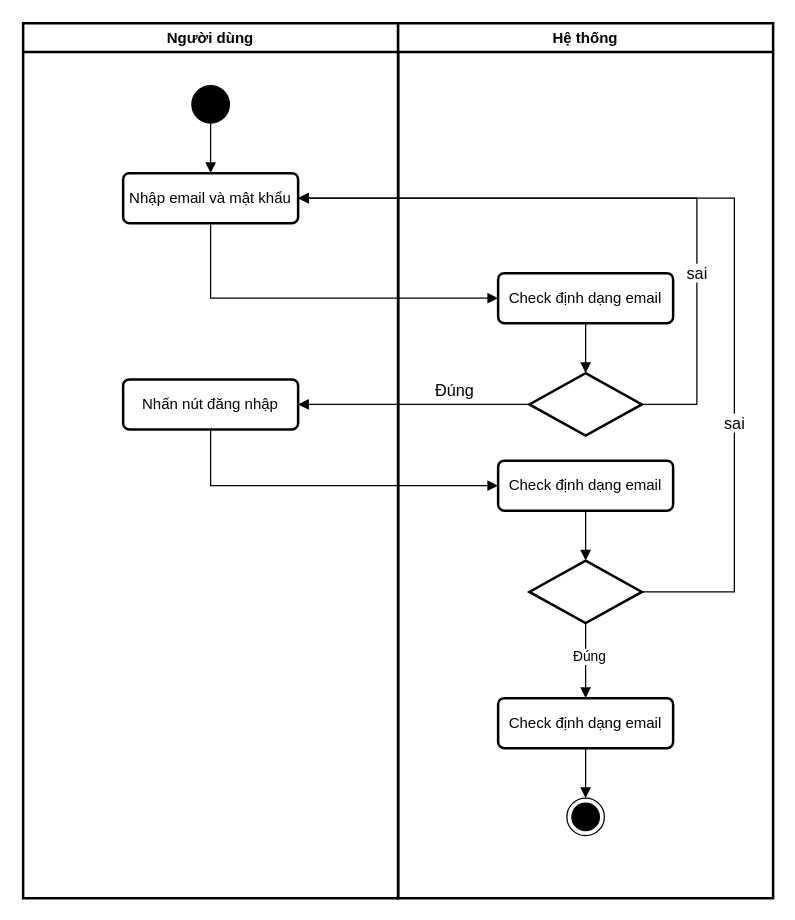
Before: page "activity đăng nhập" (5 of 6) of usecase.drawio in dctuyen/myFinalYearProject, a draw.io diagram. Source tidied: cells renumbered, new cells numbered last; positions are measured from the earlier drawing's top-left corner, leaving out a move shared by most shapes. Both pictures are drawn from the tidied source at 125%, with x=0, y=0 at pixel (22, 22).
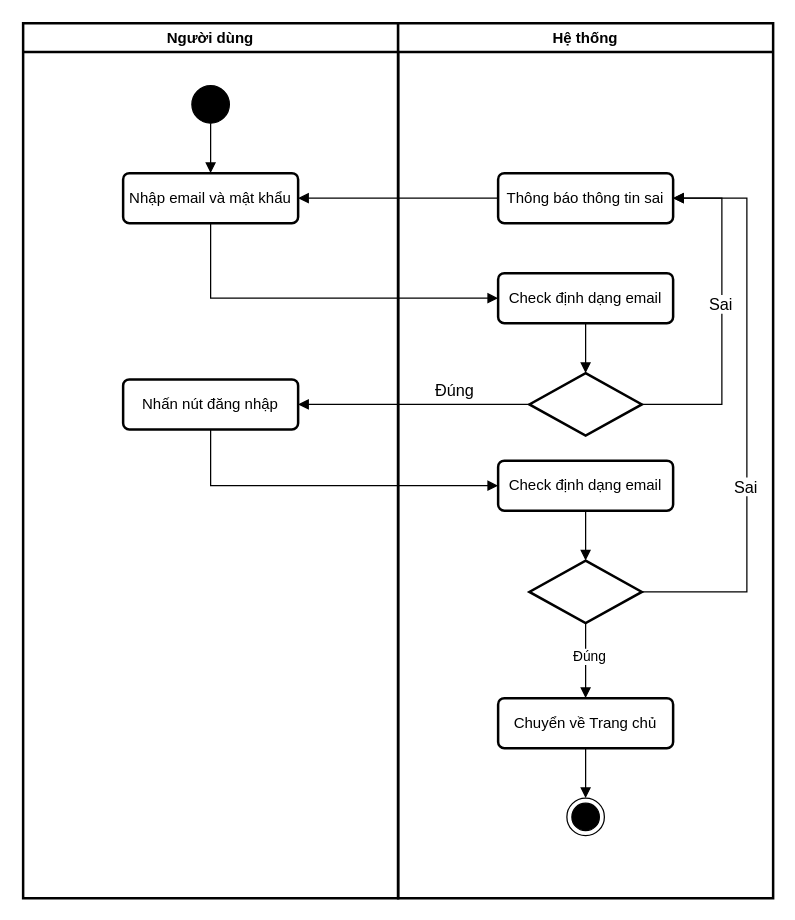
The same diagram, later.

Unchanged cells that the change refers to:
```xml
<mxCell id="4" value="Nhập email và mật khẩu" style="html=1;align=center;verticalAlign=middle;rounded=1;absoluteArcSize=1;arcSize=10;dashed=0;whiteSpace=wrap;strokeWidth=2;labelBackgroundColor=none;" parent="2" vertex="1">
  <mxGeometry x="80" y="120" width="140" height="40" as="geometry" />
</mxCell>
<mxCell id="7" value="Hệ thống" style="swimlane;whiteSpace=wrap;html=1;strokeWidth=2;" parent="1" vertex="1">
  <mxGeometry x="300" width="300" height="700" as="geometry" />
</mxCell>
<mxCell id="9" style="rhombus;strokeWidth=2;" parent="7" vertex="1">
  <mxGeometry x="105" y="280" width="90" height="50" as="geometry" />
</mxCell>
<mxCell id="12" style="rhombus;strokeWidth=2;" parent="7" vertex="1">
  <mxGeometry x="105" y="430" width="90" height="50" as="geometry" />
</mxCell>
<mxCell id="13" style="ellipse;html=1;shape=endState;fillColor=strokeColor;" parent="7" vertex="1">
  <mxGeometry x="135" y="620" width="30" height="30" as="geometry" />
</mxCell>
```

Diff of the diagram source:
```diff
@@
-    <mxCell id="15" value="Check định dạng email" style="html=1;align=center;verticalAlign=middle;rounded=1;absoluteArcSize=1;arcSize=10;dashed=0;whiteSpace=wrap;strokeWidth=2;labelBackgroundColor=none;" parent="7" vertex="1">
-      <mxGeometry x="80" y="540" width="140" height="40" as="geometry" />
-    </mxCell>
-    <mxCell id="16" style="html=1;verticalAlign=bottom;labelBackgroundColor=none;endArrow=block;endFill=1;rounded=0;exitX=0.5;exitY=1;exitDx=0;exitDy=0;entryX=0.5;entryY=0;entryDx=0;entryDy=0;" parent="7" edge="1" source="12" target="15">
-      <mxGeometry x="-0.35" relative="1" as="geometry" />
-    </mxCell>
+    <mxCell id="26" value="Chuyển về Trang chủ" style="html=1;align=center;verticalAlign=middle;rounded=1;absoluteArcSize=1;arcSize=10;dashed=0;whiteSpace=wrap;strokeWidth=2;labelBackgroundColor=none;" parent="7" vertex="1">
+      <mxGeometry x="80" y="540" width="140" height="40" as="geometry" />
+    </mxCell>
+    <mxCell id="27" style="html=1;verticalAlign=bottom;labelBackgroundColor=none;endArrow=block;endFill=1;rounded=0;exitX=0.5;exitY=1;exitDx=0;exitDy=0;entryX=0.5;entryY=0;entryDx=0;entryDy=0;" parent="7" edge="1" source="12" target="26">
+      <mxGeometry x="-0.35" relative="1" as="geometry" />
+    </mxCell>
-    <mxCell id="17" value="Đúng" style="edgeLabel;html=1;align=center;verticalAlign=middle;" parent="16" vertex="1">
+    <mxCell id="17" value="Đúng" style="edgeLabel;html=1;align=center;verticalAlign=middle;" parent="27" vertex="1">
       <mxGeometry x="-0.37" y="2" relative="1" as="geometry">
         <mxPoint y="7" as="offset" />
       </mxGeometry>
     </mxCell>
-    <mxCell id="18" style="html=1;verticalAlign=bottom;labelBackgroundColor=none;endArrow=block;endFill=1;rounded=0;exitX=0.5;exitY=1;exitDx=0;exitDy=0;entryX=0.5;entryY=0;entryDx=0;entryDy=0;" parent="7" edge="1" source="15" target="13">
-      <mxGeometry x="-0.35" relative="1" as="geometry" />
-    </mxCell>
+    <mxCell id="28" style="html=1;verticalAlign=bottom;labelBackgroundColor=none;endArrow=block;endFill=1;rounded=0;exitX=0.5;exitY=1;exitDx=0;exitDy=0;entryX=0.5;entryY=0;entryDx=0;entryDy=0;" parent="7" edge="1" source="26" target="13">
+      <mxGeometry x="-0.35" relative="1" as="geometry" />
+    </mxCell>
+    <mxCell id="29" value="Thông báo thông tin sai" style="html=1;align=center;verticalAlign=middle;rounded=1;absoluteArcSize=1;arcSize=10;dashed=0;whiteSpace=wrap;strokeWidth=2;labelBackgroundColor=none;" parent="7" vertex="1">
+      <mxGeometry x="80" y="120" width="140" height="40" as="geometry" />
+    </mxCell>
+    <mxCell id="30" style="html=1;verticalAlign=bottom;labelBackgroundColor=none;endArrow=block;endFill=1;rounded=0;exitX=1;exitY=0.5;exitDx=0;exitDy=0;entryX=1;entryY=0.5;entryDx=0;entryDy=0;edgeStyle=orthogonalEdgeStyle;" parent="7" edge="1" source="12" target="29">
+      <mxGeometry relative="1" as="geometry">
+        <Array as="points">
+          <mxPoint x="279" y="455" />
+          <mxPoint x="279" y="140" />
+        </Array>
+      </mxGeometry>
+    </mxCell>
+    <mxCell id="31" value="&lt;font style=&quot;font-size: 13px;&quot;&gt;Sai&lt;/font&gt;" style="edgeLabel;html=1;align=center;verticalAlign=middle;" parent="30" vertex="1">
+      <mxGeometry x="-0.43" y="1" relative="1" as="geometry">
+        <mxPoint x="-1" y="-38" as="offset" />
+      </mxGeometry>
+    </mxCell>
+    <mxCell id="32" style="html=1;verticalAlign=bottom;labelBackgroundColor=none;endArrow=block;endFill=1;rounded=0;exitX=1;exitY=0.5;exitDx=0;exitDy=0;entryX=1;entryY=0.5;entryDx=0;entryDy=0;edgeStyle=orthogonalEdgeStyle;" parent="7" edge="1" source="29" target="29">
+      <mxGeometry relative="1" as="geometry" />
+    </mxCell>
+    <mxCell id="33" style="html=1;verticalAlign=bottom;labelBackgroundColor=none;endArrow=block;endFill=1;rounded=0;exitX=1;exitY=0.5;exitDx=0;exitDy=0;entryX=1;entryY=0.5;entryDx=0;entryDy=0;edgeStyle=orthogonalEdgeStyle;" parent="7" edge="1" source="9" target="29">
+      <mxGeometry relative="1" as="geometry">
+        <Array as="points">
+          <mxPoint x="259" y="305" />
+          <mxPoint x="259" y="140" />
+        </Array>
+      </mxGeometry>
+    </mxCell>
+    <mxCell id="34" value="&lt;font style=&quot;font-size: 13px;&quot;&gt;Sai&lt;/font&gt;" style="edgeLabel;html=1;align=center;verticalAlign=middle;" parent="33" vertex="1">
+      <mxGeometry x="-0.43" y="1" relative="1" as="geometry">
+        <mxPoint x="-1" y="-69" as="offset" />
+      </mxGeometry>
+    </mxCell>
@@
-    <mxCell id="21" style="html=1;verticalAlign=bottom;labelBackgroundColor=none;endArrow=block;endFill=1;rounded=0;exitX=1;exitY=0.5;exitDx=0;exitDy=0;entryX=1;entryY=0.5;entryDx=0;entryDy=0;edgeStyle=orthogonalEdgeStyle;" parent="1" edge="1" source="9" target="4">
-      <mxGeometry relative="1" as="geometry">
-        <Array as="points">
-          <mxPoint x="539" y="305" />
-          <mxPoint x="539" y="140" />
-        </Array>
-      </mxGeometry>
-    </mxCell>
-    <mxCell id="22" value="&lt;font style=&quot;font-size: 13px;&quot;&gt;sai&lt;/font&gt;" style="edgeLabel;html=1;align=center;verticalAlign=middle;" parent="21" vertex="1">
-      <mxGeometry x="-0.43" y="1" relative="1" as="geometry" />
-    </mxCell>
-    <mxCell id="23" style="html=1;verticalAlign=bottom;labelBackgroundColor=none;endArrow=block;endFill=1;rounded=0;exitX=1;exitY=0.5;exitDx=0;exitDy=0;entryX=1;entryY=0.5;entryDx=0;entryDy=0;edgeStyle=orthogonalEdgeStyle;" parent="1" edge="1" source="12" target="4">
-      <mxGeometry relative="1" as="geometry">
-        <Array as="points">
-          <mxPoint x="569" y="455" />
-          <mxPoint x="569" y="140" />
-        </Array>
-      </mxGeometry>
-    </mxCell>
-    <mxCell id="24" value="&lt;font style=&quot;font-size: 13px;&quot;&gt;sai&lt;/font&gt;" style="edgeLabel;html=1;align=center;verticalAlign=middle;" parent="23" vertex="1">
-      <mxGeometry x="-0.43" y="1" relative="1" as="geometry" />
-    </mxCell>
@@
+    <mxCell id="35" style="html=1;verticalAlign=bottom;labelBackgroundColor=none;endArrow=block;endFill=1;rounded=0;exitX=0;exitY=0.5;exitDx=0;exitDy=0;entryX=1;entryY=0.5;entryDx=0;entryDy=0;" parent="1" edge="1" source="29" target="4">
+      <mxGeometry relative="1" as="geometry" />
+    </mxCell>
```
